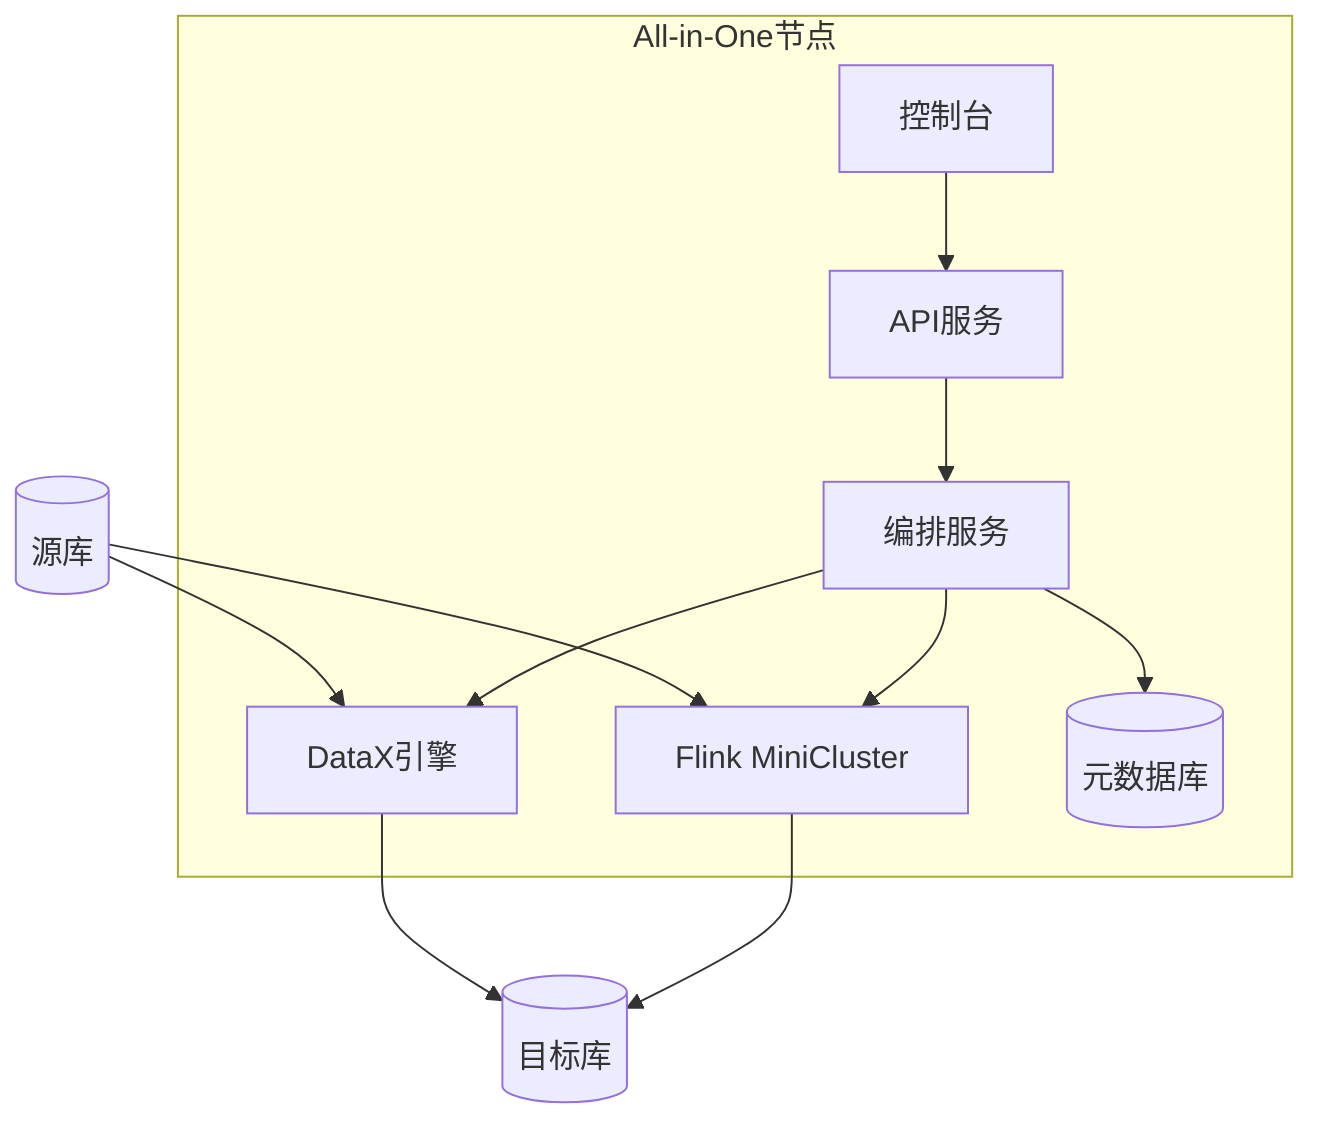
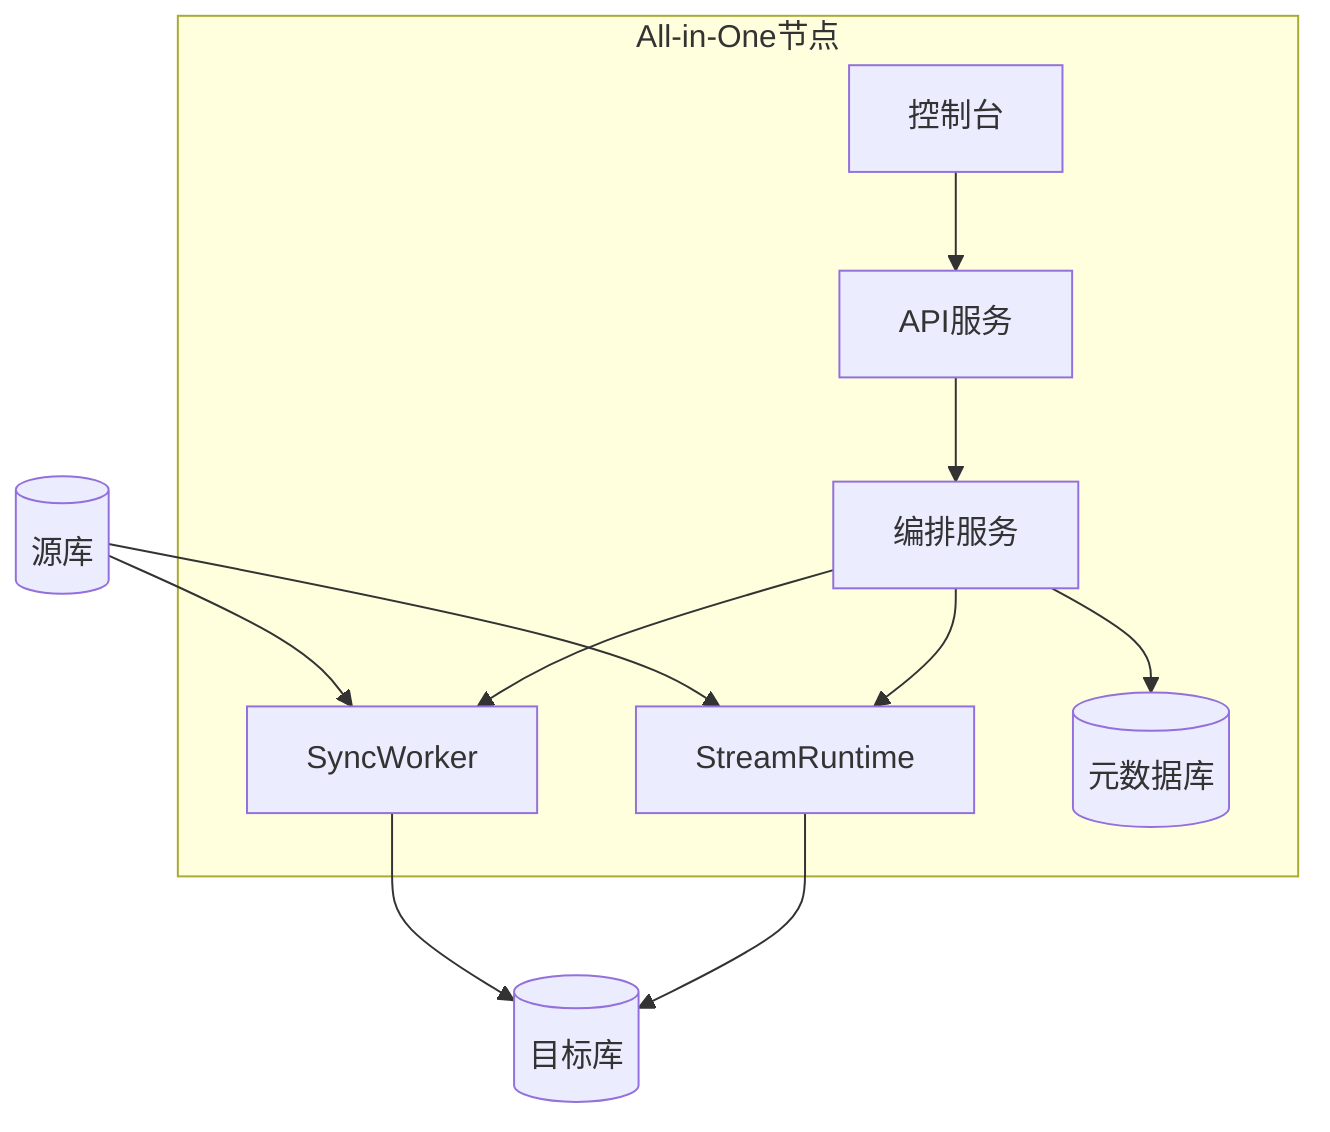
flowchart TB
    subgraph singleNode [All-in-One节点]
        Console3[控制台]
        API3[API服务]
        Orchestrator4[编排服务]
-         DataX3[DataX引擎]
-         Flink3[Flink MiniCluster]
+         SyncWorker3[SyncWorker]
+         StreamRT3[StreamRuntime]
        MetaDB3[(元数据库)]
    end

-     Source3[(源库)] --> DataX3
-     DataX3 --> Target3[(目标库)]
-     Source3 --> Flink3
-     Flink3 --> Target3
+     Source3[(源库)] --> SyncWorker3
+     SyncWorker3 --> Target3[(目标库)]
+     Source3 --> StreamRT3
+     StreamRT3 --> Target3
    Console3 --> API3
    API3 --> Orchestrator4
-     Orchestrator4 --> DataX3
-     Orchestrator4 --> Flink3
+     Orchestrator4 --> SyncWorker3
+     Orchestrator4 --> StreamRT3
    Orchestrator4 --> MetaDB3
